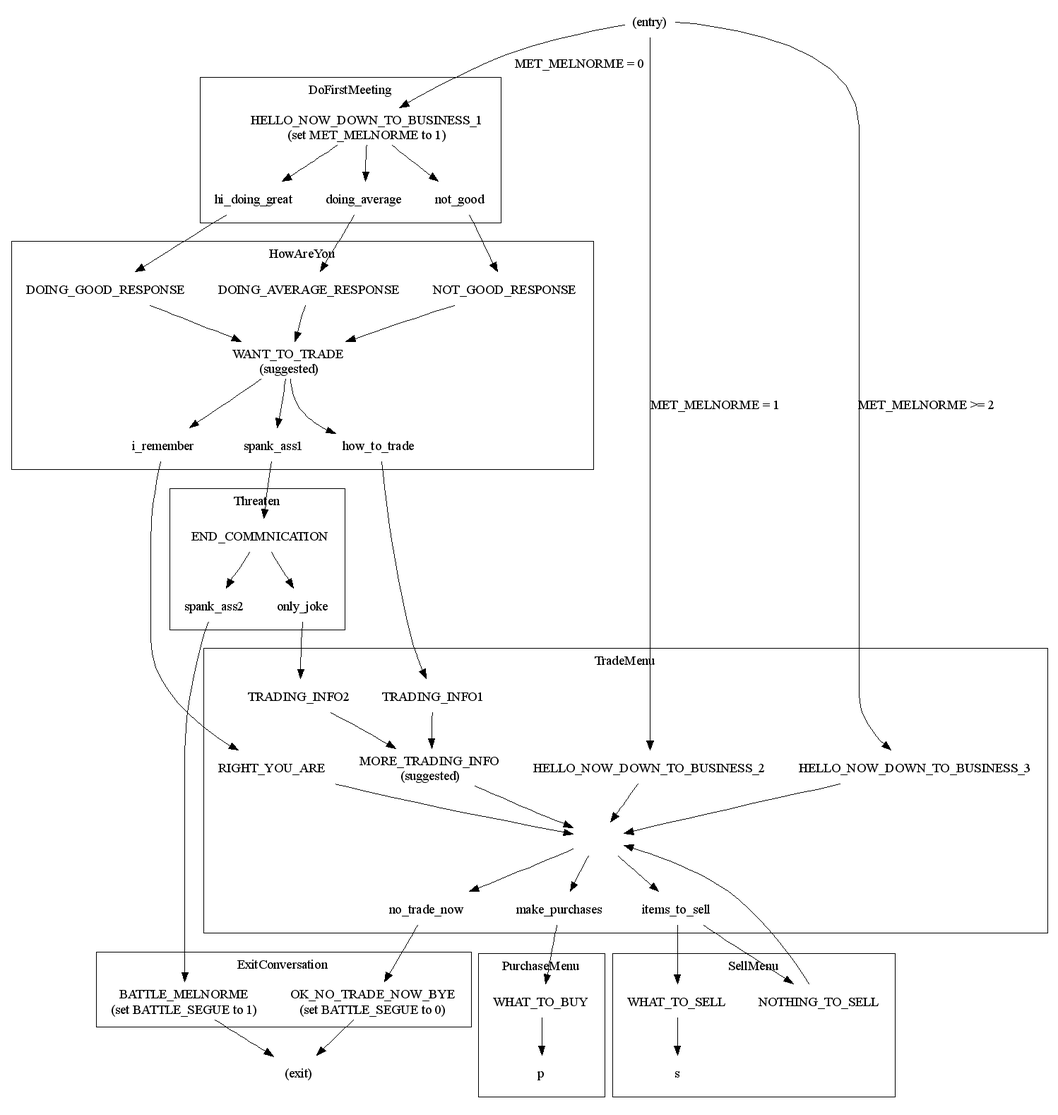
Above: sc2/doc/mod/melnorme.png in trinaryouroboros/project6014 (Graphviz), before the change. Its source is kept beside it as sc2/doc/mod/melnorme.dot. The source it was exported from:
```dot
digraph G {
    node [shape=none]
    entry [label="(entry)"]
    exit [label="(exit)"]

    subgraph clusterDoFirstMeeting {
        HELLO_NOW_DOWN_TO_BUSINESS_1 [label="HELLO_NOW_DOWN_TO_BUSINESS_1\n(set MET_MELNORME to 1)"]
        hi_doing_great
        doing_average
        not_good

        label="DoFirstMeeting"
    }

    subgraph clusterHowAreYou {
        DOING_GOOD_RESPONSE
        DOING_AVERAGE_RESPONSE
        NOT_GOOD_RESPONSE
        WANT_TO_TRADE
        how_to_trade
        i_remember
        spank_ass1
        label="HowAreYou"
    }

    subgraph clusterExitConversation {
        BATTLE_MELNORME [label="BATTLE_MELNORME\n(set BATTLE_SEGUE to 1)"]
        OK_NO_TRADE_NOW_BYE [label="OK_NO_TRADE_NOW_BYE\n(set BATTLE_SEGUE to 0)"]

        label="ExitConversation"
    }

    subgraph clusterThreaten {
        END_COMMNICATION
        spank_ass2
        only_joke

        label="Threaten"
    }

    subgraph clusterTradeMenu {
        TRADING_INFO1
        RIGHT_YOU_ARE
        TRADING_INFO2
        MORE_TRADING_INFO
        HELLO_NOW_DOWN_TO_BUSINESS_2
        HELLO_NOW_DOWN_TO_BUSINESS_3
        menu [label=""]
        menu -> make_purchases
        menu -> items_to_sell
        menu -> no_trade_now

        label="TradeMenu"
    }

    subgraph clusterPurchaseMenu {
        WHAT_TO_BUY -> p

        label="PurchaseMenu"
    }

    subgraph clusterSellMenu {
        NOTHING_TO_SELL -> menu
        WHAT_TO_SELL -> s

        label="SellMenu"
    }

    entry -> HELLO_NOW_DOWN_TO_BUSINESS_1 [label="MET_MELNORME = 0"]
    entry -> HELLO_NOW_DOWN_TO_BUSINESS_2 [label="MET_MELNORME = 1"]
    entry -> HELLO_NOW_DOWN_TO_BUSINESS_3 [label="MET_MELNORME >= 2"]

    HELLO_NOW_DOWN_TO_BUSINESS_1 -> hi_doing_great -> DOING_GOOD_RESPONSE -> WANT_TO_TRADE
    HELLO_NOW_DOWN_TO_BUSINESS_1 -> doing_average -> DOING_AVERAGE_RESPONSE -> WANT_TO_TRADE
    HELLO_NOW_DOWN_TO_BUSINESS_1 -> not_good -> NOT_GOOD_RESPONSE -> WANT_TO_TRADE

    WANT_TO_TRADE [label="WANT_TO_TRADE\n(suggested)"]
    MORE_TRADING_INFO [label="MORE_TRADING_INFO\n(suggested)"]

    WANT_TO_TRADE -> how_to_trade -> TRADING_INFO1 -> MORE_TRADING_INFO
    WANT_TO_TRADE -> i_remember -> RIGHT_YOU_ARE -> menu
    WANT_TO_TRADE -> spank_ass1 -> END_COMMNICATION -> only_joke -> TRADING_INFO2 -> MORE_TRADING_INFO
    END_COMMNICATION -> spank_ass2 -> BATTLE_MELNORME -> exit
    MORE_TRADING_INFO -> menu
    HELLO_NOW_DOWN_TO_BUSINESS_2 -> menu
    HELLO_NOW_DOWN_TO_BUSINESS_3 -> menu

    make_purchases -> WHAT_TO_BUY
    items_to_sell -> NOTHING_TO_SELL
    items_to_sell -> WHAT_TO_SELL

    no_trade_now -> OK_NO_TRADE_NOW_BYE

    OK_NO_TRADE_NOW_BYE -> exit
}
```
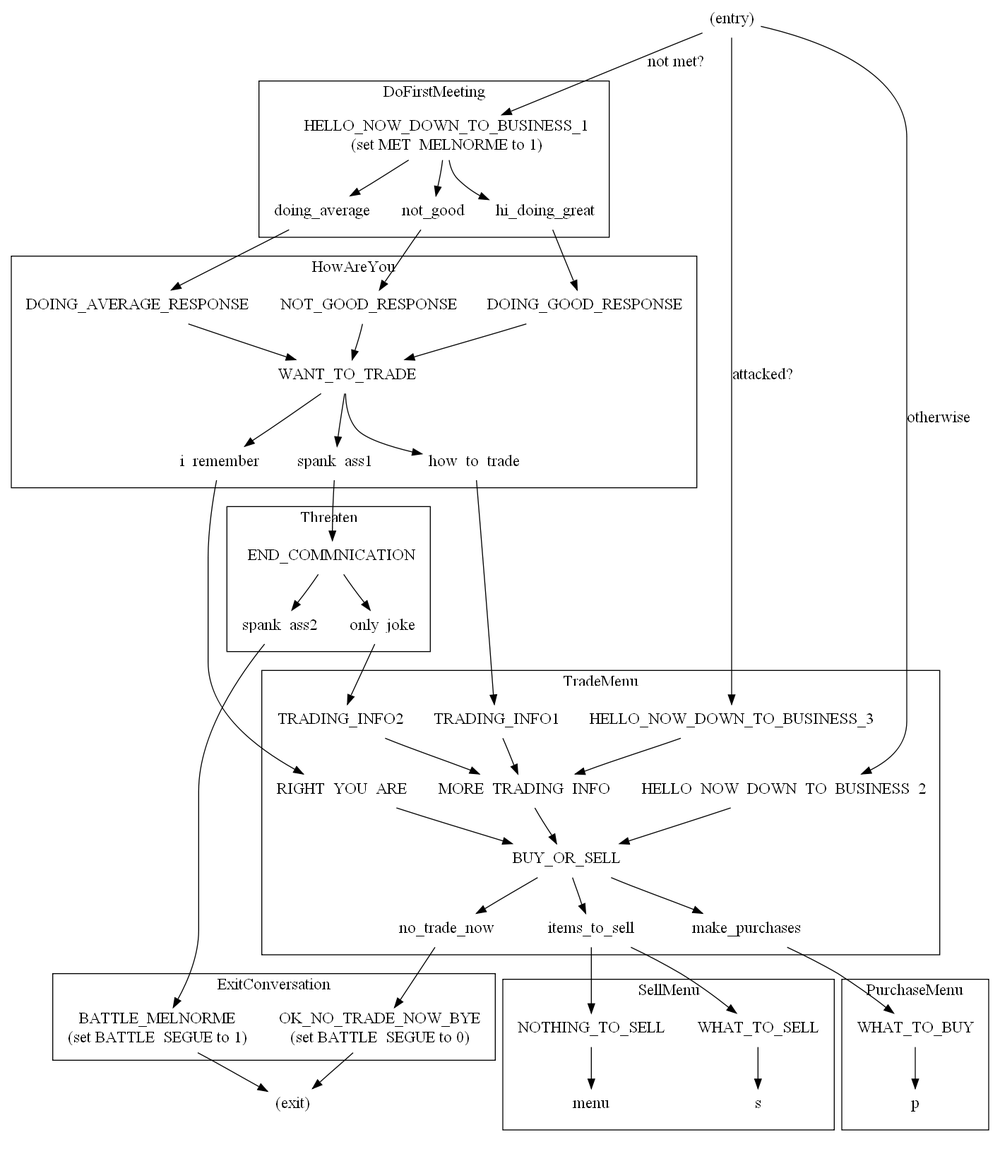
After the commit.

The edit, as a diff of the source:
```diff
@@ -45,10 +45,10 @@
         MORE_TRADING_INFO
         HELLO_NOW_DOWN_TO_BUSINESS_2
         HELLO_NOW_DOWN_TO_BUSINESS_3
-        menu [label=""]
-        menu -> make_purchases
-        menu -> items_to_sell
-        menu -> no_trade_now
+        BUY_OR_SELL
+        BUY_OR_SELL -> make_purchases
+        BUY_OR_SELL -> items_to_sell
+        BUY_OR_SELL -> no_trade_now
 
         label="TradeMenu"
     }
@@ -66,24 +66,24 @@
         label="SellMenu"
     }
 
-    entry -> HELLO_NOW_DOWN_TO_BUSINESS_1 [label="MET_MELNORME = 0"]
-    entry -> HELLO_NOW_DOWN_TO_BUSINESS_2 [label="MET_MELNORME = 1"]
-    entry -> HELLO_NOW_DOWN_TO_BUSINESS_3 [label="MET_MELNORME >= 2"]
+    entry -> HELLO_NOW_DOWN_TO_BUSINESS_1 [label="not met?"]
+    entry -> HELLO_NOW_DOWN_TO_BUSINESS_3 [label="attacked?"]
+    entry -> HELLO_NOW_DOWN_TO_BUSINESS_2 [label="otherwise"]
+
+    HELLO_NOW_DOWN_TO_BUSINESS_3 -> MORE_TRADING_INFO
 
     HELLO_NOW_DOWN_TO_BUSINESS_1 -> hi_doing_great -> DOING_GOOD_RESPONSE -> WANT_TO_TRADE
     HELLO_NOW_DOWN_TO_BUSINESS_1 -> doing_average -> DOING_AVERAGE_RESPONSE -> WANT_TO_TRADE
     HELLO_NOW_DOWN_TO_BUSINESS_1 -> not_good -> NOT_GOOD_RESPONSE -> WANT_TO_TRADE
 
-    WANT_TO_TRADE [label="WANT_TO_TRADE\n(suggested)"]
-    MORE_TRADING_INFO [label="MORE_TRADING_INFO\n(suggested)"]
+    MORE_TRADING_INFO
 
     WANT_TO_TRADE -> how_to_trade -> TRADING_INFO1 -> MORE_TRADING_INFO
-    WANT_TO_TRADE -> i_remember -> RIGHT_YOU_ARE -> menu
+    WANT_TO_TRADE -> i_remember -> RIGHT_YOU_ARE -> BUY_OR_SELL
     WANT_TO_TRADE -> spank_ass1 -> END_COMMNICATION -> only_joke -> TRADING_INFO2 -> MORE_TRADING_INFO
     END_COMMNICATION -> spank_ass2 -> BATTLE_MELNORME -> exit
-    MORE_TRADING_INFO -> menu
-    HELLO_NOW_DOWN_TO_BUSINESS_2 -> menu
-    HELLO_NOW_DOWN_TO_BUSINESS_3 -> menu
+    MORE_TRADING_INFO -> BUY_OR_SELL
+    HELLO_NOW_DOWN_TO_BUSINESS_2 -> BUY_OR_SELL
 
     make_purchases -> WHAT_TO_BUY
     items_to_sell -> NOTHING_TO_SELL
```
